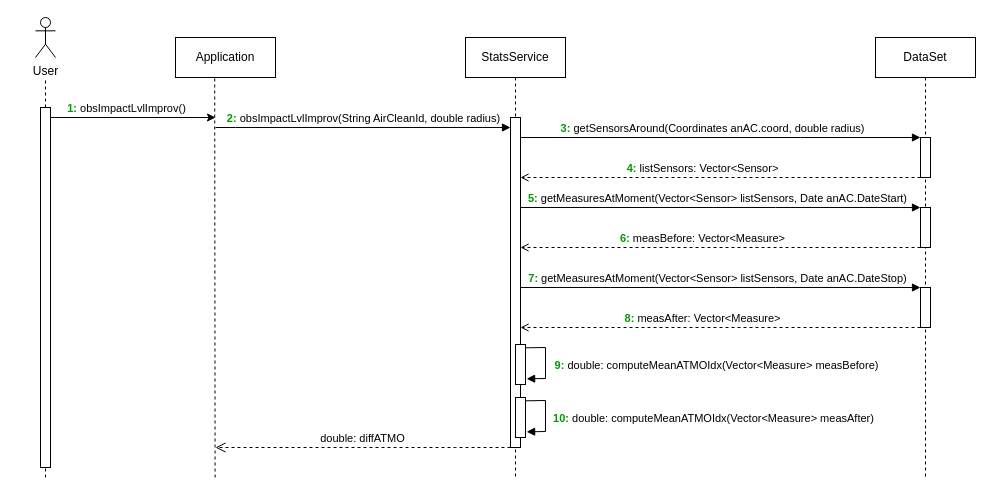
Above: UML stuff/seqDiagObsImpLvl.drawio in NourJadiri/AirWatcher (draw.io), before the change. Source tidied: cells renumbered, new cells numbered last; positions are measured from the earlier drawing's top-left corner, leaving out a move shared by most shapes. Both pictures are drawn from the tidied source at 100%, with x=0, y=0 at pixel (35, 17).
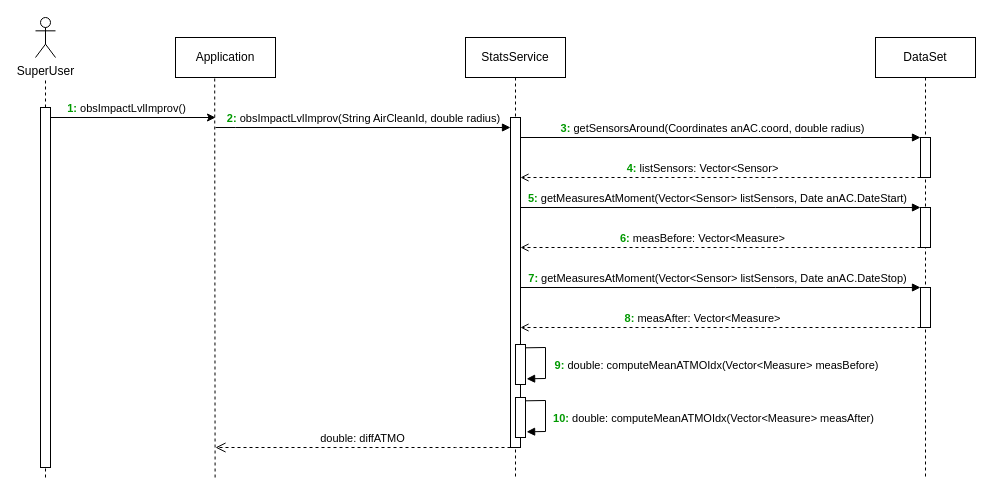
Above is the later version.

Commit message:
Mettre à jour seqDiagObsImpLvl.drawio

What changed in the source:
```diff
@@
-    <mxCell id="29" value="User" style="shape=umlActor;verticalLabelPosition=bottom;verticalAlign=top;html=1;" parent="1" vertex="1">
+    <mxCell id="29" value="SuperUser" style="shape=umlActor;verticalLabelPosition=bottom;verticalAlign=top;html=1;" parent="1" vertex="1">
       <mxGeometry width="20" height="40" as="geometry" />
     </mxCell>
```
